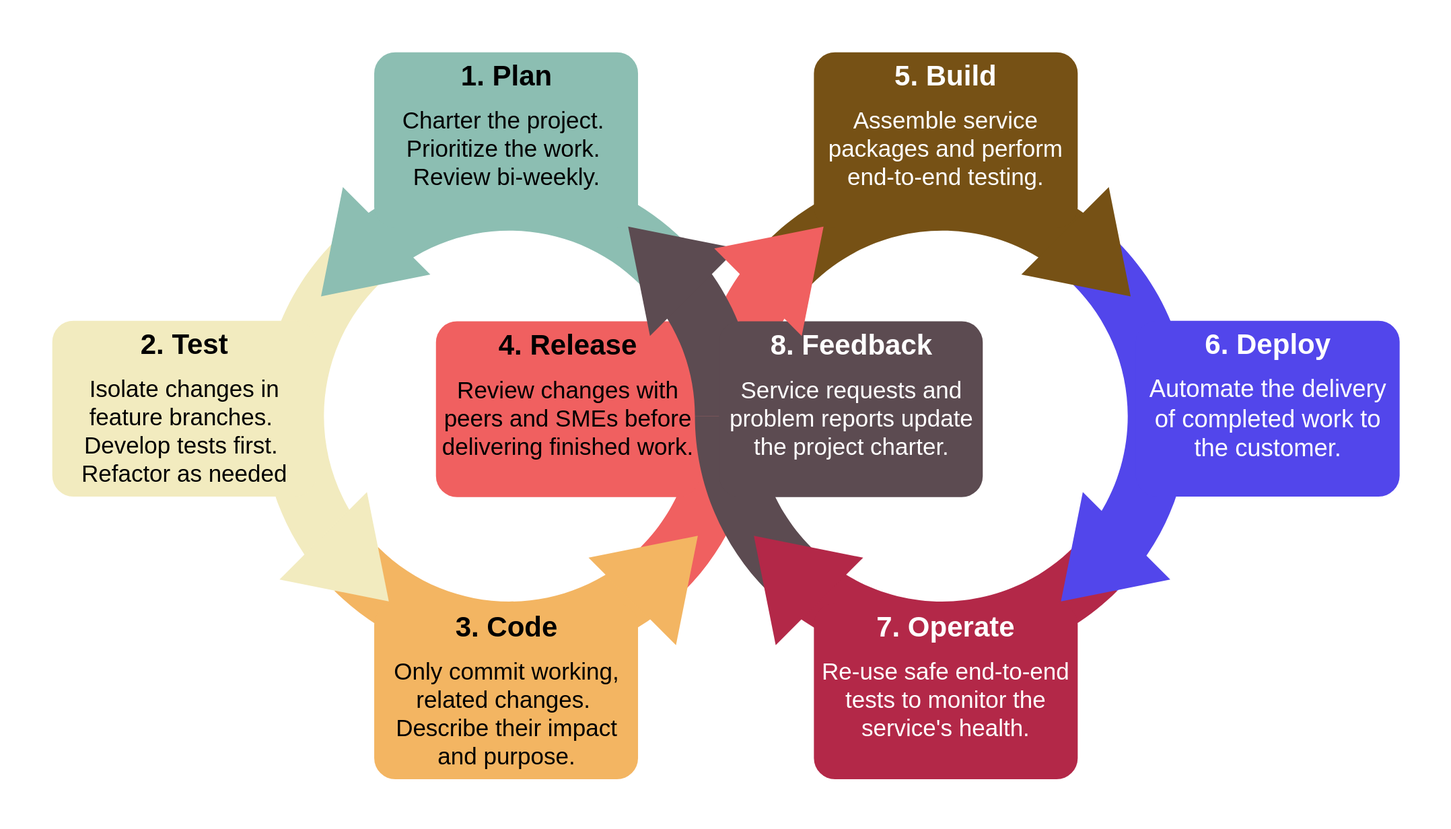
Before: docs/_static/devops-process.svg, a diagram exported from draw.io (ResearchDataCom/good-devops-practice). Source tidied: cells renumbered, new cells last; positions are measured from the earlier drawing's top-left corner, leaving out a move shared by most shapes.
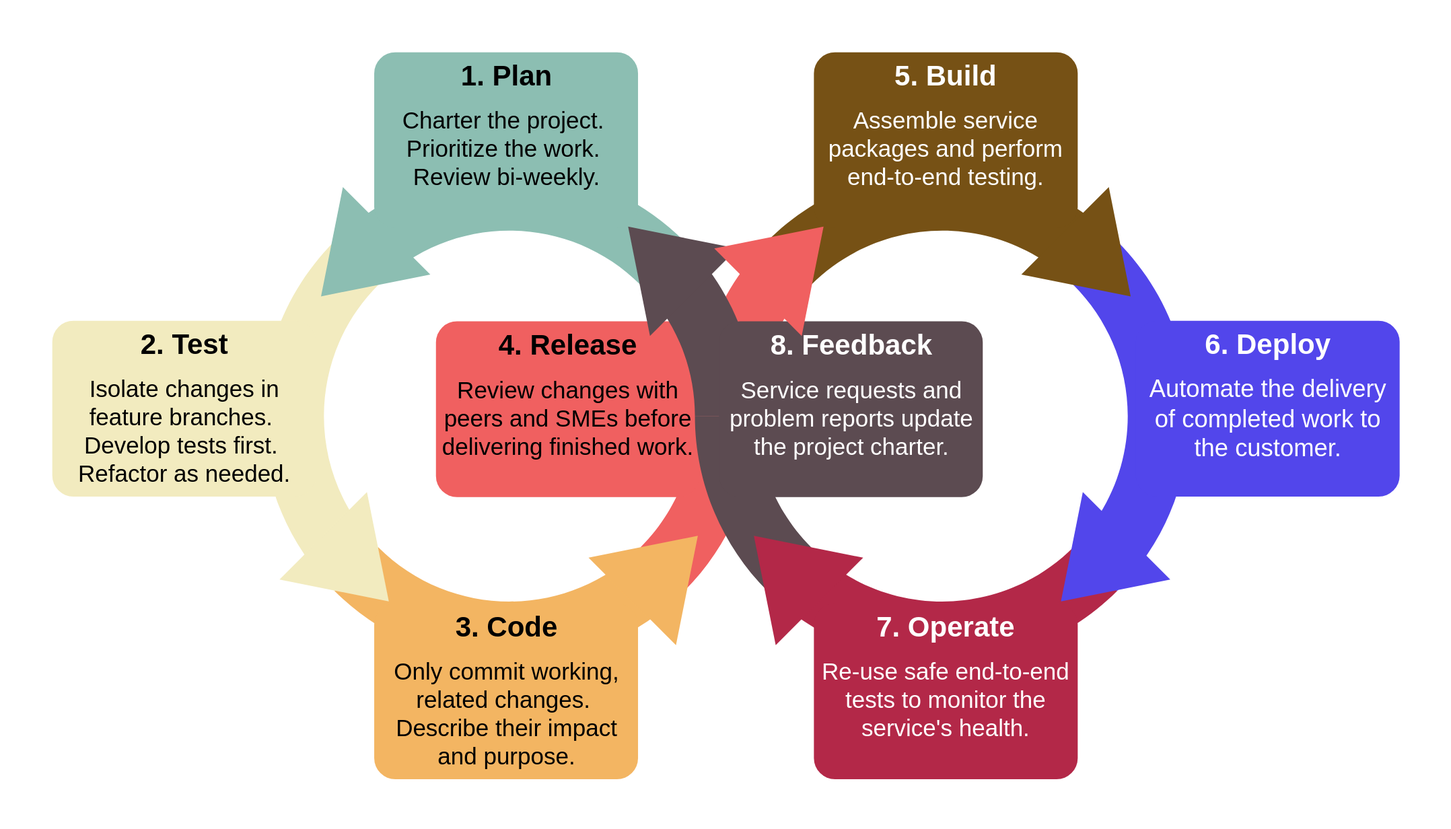
After the change.

Commit message:
fix: correct spelling and grammatical mistakes

Change to the diagram source:
```diff
@@ -83,7 +83,7 @@
     <mxCell id="28" value="&lt;font style=&quot;&quot;&gt;&lt;font style=&quot;font-size: 30px;&quot;&gt;&lt;font style=&quot;&quot;&gt;&lt;b style=&quot;&quot;&gt;5. Build&lt;/b&gt;&lt;/font&gt;&lt;br&gt;&lt;/font&gt;&lt;br&gt;&lt;font style=&quot;font-size: 25px;&quot;&gt;Assemble service packages and perform end-to-end testing.&lt;/font&gt;&lt;/font&gt;" style="rounded=1;strokeColor=none;fillColor=#765115;align=center;arcSize=12;verticalAlign=top;whiteSpace=wrap;html=1;fontSize=12;fontColor=#FFFFFF;" parent="1" vertex="1">
       <mxGeometry x="863.3" y="55" width="280" height="186.7" as="geometry" />
     </mxCell>
-    <mxCell id="29" value="&lt;font style=&quot;&quot;&gt;&lt;b style=&quot;&quot;&gt;&lt;font style=&quot;font-size: 30px;&quot;&gt;&lt;font style=&quot;&quot;&gt;2. Test&lt;/font&gt;&lt;br&gt;&lt;/font&gt;&lt;/b&gt;&lt;br&gt;&lt;span style=&quot;font-size: 25px;&quot;&gt;Isolate changes in feature branches.&amp;nbsp; Develop&amp;nbsp;tests first.&amp;nbsp; Refactor as needed&lt;/span&gt;&lt;/font&gt;" style="rounded=1;strokeColor=none;fillColor=#F2EBBF;align=center;arcSize=12;verticalAlign=top;whiteSpace=wrap;html=1;fontSize=12;fontColor=#000000;" parent="1" vertex="1">
+    <mxCell id="29" value="&lt;font style=&quot;&quot;&gt;&lt;b style=&quot;&quot;&gt;&lt;font style=&quot;font-size: 30px;&quot;&gt;&lt;font style=&quot;&quot;&gt;2. Test&lt;/font&gt;&lt;br&gt;&lt;/font&gt;&lt;/b&gt;&lt;br&gt;&lt;span style=&quot;font-size: 25px;&quot;&gt;Isolate changes in feature branches.&amp;nbsp; Develop&amp;nbsp;tests first.&amp;nbsp; Refactor as needed.&lt;/span&gt;&lt;/font&gt;" style="rounded=1;strokeColor=none;fillColor=#F2EBBF;align=center;arcSize=12;verticalAlign=top;whiteSpace=wrap;html=1;fontSize=12;fontColor=#000000;" parent="1" vertex="1">
       <mxGeometry x="55" y="340" width="280" height="186.7" as="geometry" />
     </mxCell>
   </root>
```
